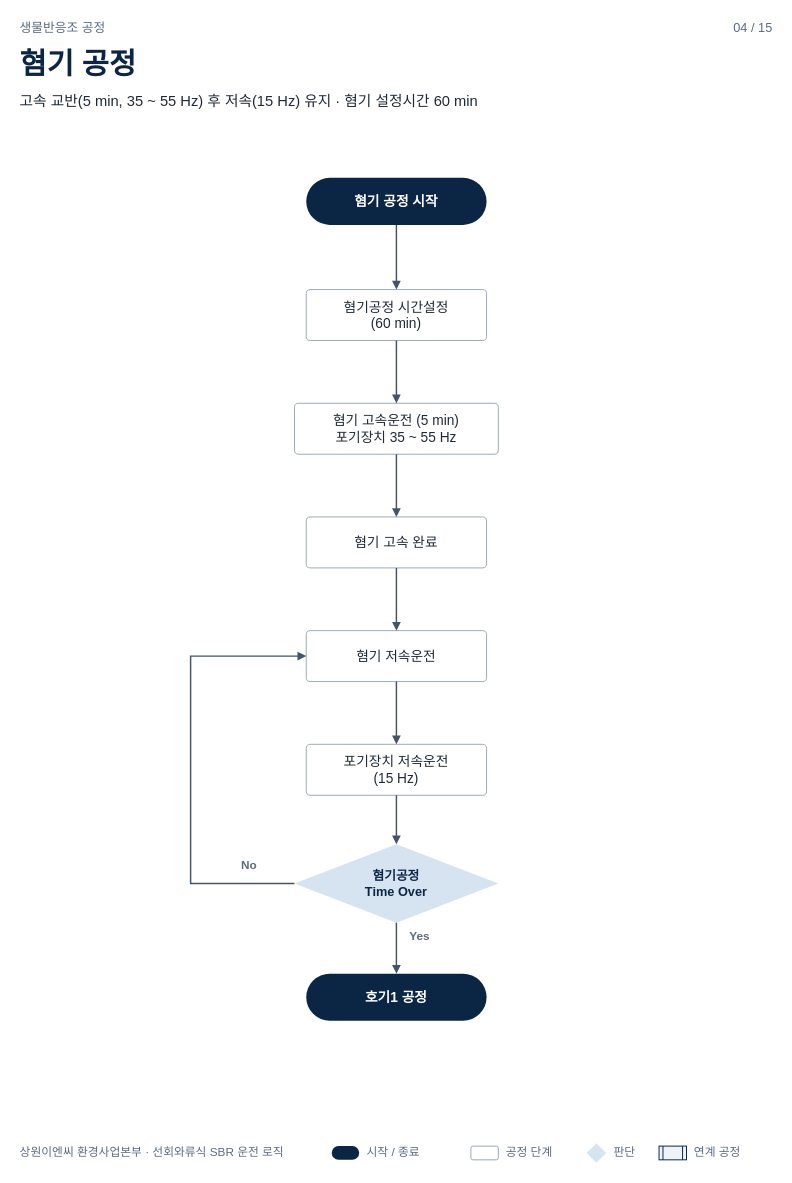
taewoon82/sangwon-sbr-system keeps this draw.io diagram as page "04 혐기 공정" (4 of 15) of operation-logic/261027_SBR_운전로직_플로우.drawio. Above is the earlier version. Source tidied: cells renumbered, new cells numbered last; positions are measured from the earlier drawing's top-left corner, leaving out a move shared by most shapes. Both pictures are drawn from the tidied source at 98%, with x=0, y=0 at pixel (18, 17).
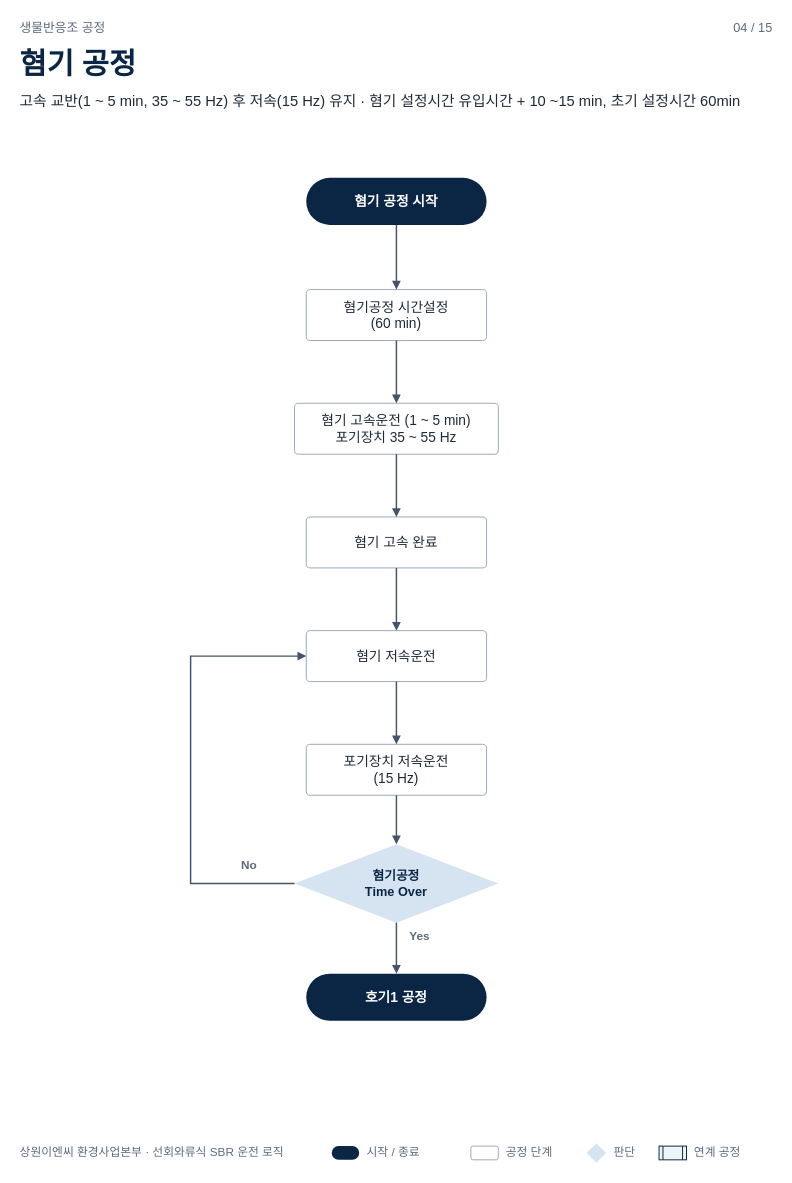
The same diagram, later.

Change to the diagram source:
```diff
@@
-    <mxCell id="5" value="고속 교반(5 min, 35 ~ 55 Hz) 후 저속(15 Hz) 유지 · 혐기 설정시간 60 min" style="text;html=1;strokeColor=none;fillColor=none;whiteSpace=wrap;fontFamily=GmarketSans;align=left;verticalAlign=middle;fontSize=15;fontColor=#1F2A37;" parent="1" vertex="1">
+    <mxCell id="5" value="고속 교반(1 ~ 5 min, 35 ~ 55 Hz) 후 저속(15 Hz) 유지 · 혐기 설정시간 유입시간 + 10 ~15 min, 초기 설정시간 60min" style="text;html=1;strokeColor=none;fillColor=none;whiteSpace=wrap;fontFamily=GmarketSans;align=left;verticalAlign=middle;fontSize=15;fontColor=#1F2A37;" parent="1" vertex="1">
       <mxGeometry y="70" width="772" height="30" as="geometry" />
     </mxCell>
@@
-    <mxCell id="19" value="혐기 고속운전 (5 min)&lt;br&gt;포기장치 35 ~ 55 Hz" style="rounded=1;arcSize=8;whiteSpace=wrap;html=1;fillColor=#FFFFFF;strokeColor=#9AA8B8;fontColor=#1F2A37;fontSize=14;fontFamily=GmarketSans;" parent="1" vertex="1">
+    <mxCell id="19" value="혐기 고속운전 (1 ~ 5 min)&lt;br&gt;포기장치 35 ~ 55 Hz" style="rounded=1;arcSize=8;whiteSpace=wrap;html=1;fillColor=#FFFFFF;strokeColor=#9AA8B8;fontColor=#1F2A37;fontSize=14;fontFamily=GmarketSans;" parent="1" vertex="1">
       <mxGeometry x="282" y="394" width="208" height="52" as="geometry" />
     </mxCell>
```
